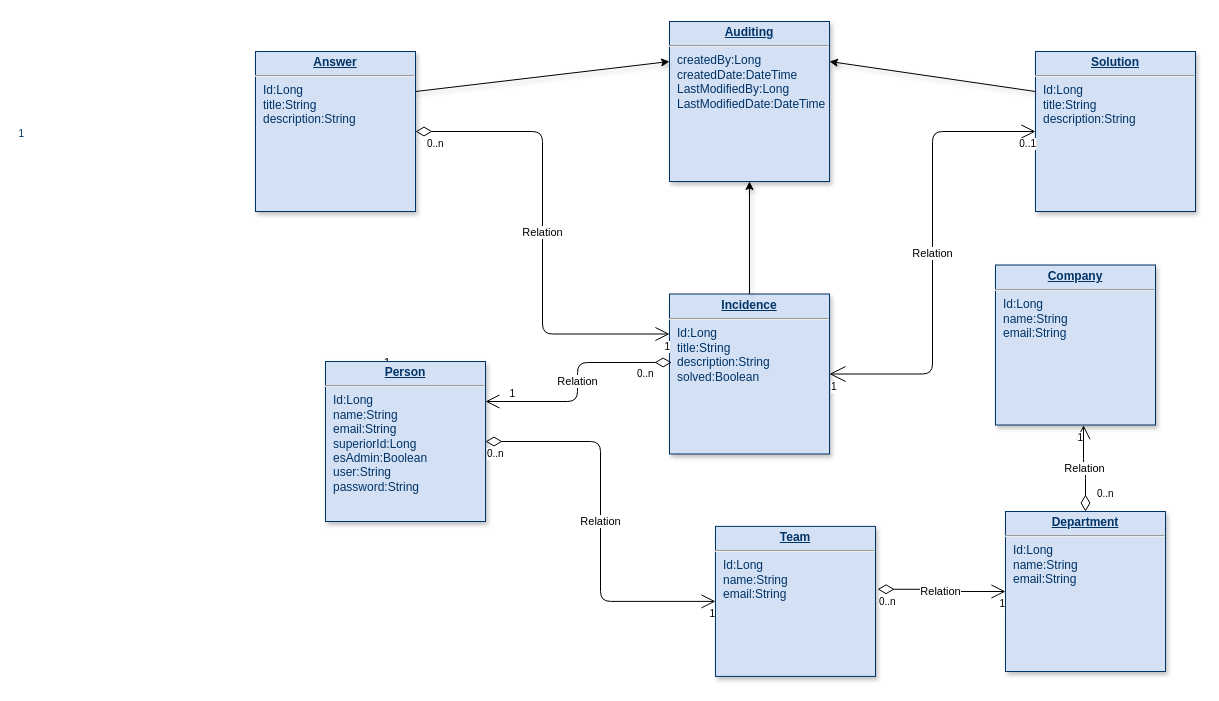
This is Incidences.drawio from miguel-ossa/Incidences, a draw.io file, before an edit. Source tidied: cells renumbered, new cells numbered last; positions are measured from the earlier drawing's top-left corner, leaving out a move shared by most shapes. Both pictures are drawn from the tidied source at 100%, with x=0, y=0 at pixel (255, 21).
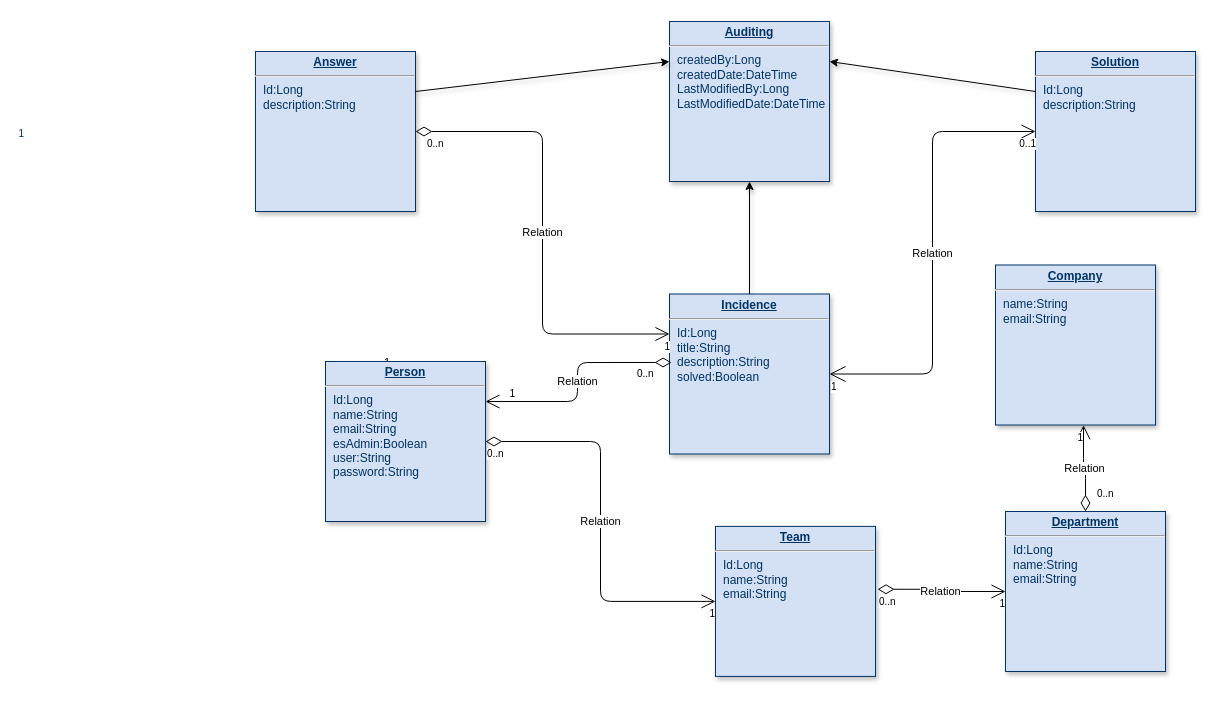
The same diagram, later.

What changed in the source:
```diff
@@
-    <mxCell id="4" value="&lt;p style=&quot;margin: 0px ; margin-top: 4px ; text-align: center ; text-decoration: underline&quot;&gt;&lt;strong&gt;Person&lt;/strong&gt;&lt;/p&gt;&lt;hr&gt;&lt;p style=&quot;margin: 0px ; margin-left: 8px&quot;&gt;Id:Long&lt;/p&gt;&lt;p style=&quot;margin: 0px ; margin-left: 8px&quot;&gt;name:String&lt;/p&gt;&lt;p style=&quot;margin: 0px ; margin-left: 8px&quot;&gt;email:String&lt;/p&gt;&lt;p style=&quot;margin: 0px ; margin-left: 8px&quot;&gt;superiorId:Long&lt;br&gt;&lt;/p&gt;&lt;p style=&quot;margin: 0px ; margin-left: 8px&quot;&gt;esAdmin:Boolean&lt;/p&gt;&lt;p style=&quot;margin: 0px ; margin-left: 8px&quot;&gt;user:String&lt;/p&gt;&lt;p style=&quot;margin: 0px ; margin-left: 8px&quot;&gt;password:String&lt;/p&gt;&lt;p style=&quot;margin: 0px ; margin-left: 8px&quot;&gt;&lt;br&gt;&lt;/p&gt;" style="verticalAlign=top;align=left;overflow=fill;fontSize=12;fontFamily=Helvetica;html=1;strokeColor=#003366;shadow=1;fillColor=#D4E1F5;fontColor=#003366;" parent="1" vertex="1">
+    <mxCell id="4" value="&lt;p style=&quot;margin: 0px ; margin-top: 4px ; text-align: center ; text-decoration: underline&quot;&gt;&lt;strong&gt;Person&lt;/strong&gt;&lt;/p&gt;&lt;hr&gt;&lt;p style=&quot;margin: 0px ; margin-left: 8px&quot;&gt;Id:Long&lt;/p&gt;&lt;p style=&quot;margin: 0px ; margin-left: 8px&quot;&gt;name:String&lt;/p&gt;&lt;p style=&quot;margin: 0px ; margin-left: 8px&quot;&gt;email:String&lt;/p&gt;&lt;p style=&quot;margin: 0px ; margin-left: 8px&quot;&gt;esAdmin:Boolean&lt;/p&gt;&lt;p style=&quot;margin: 0px ; margin-left: 8px&quot;&gt;user:String&lt;/p&gt;&lt;p style=&quot;margin: 0px ; margin-left: 8px&quot;&gt;password:String&lt;/p&gt;&lt;p style=&quot;margin: 0px ; margin-left: 8px&quot;&gt;&lt;br&gt;&lt;/p&gt;" style="verticalAlign=top;align=left;overflow=fill;fontSize=12;fontFamily=Helvetica;html=1;strokeColor=#003366;shadow=1;fillColor=#D4E1F5;fontColor=#003366;" parent="1" vertex="1">
       <mxGeometry x="70" y="340" width="160" height="160" as="geometry" />
     </mxCell>
@@
-    <mxCell id="18" value="&lt;p style=&quot;margin: 0px ; margin-top: 4px ; text-align: center ; text-decoration: underline&quot;&gt;&lt;strong&gt;Company&lt;/strong&gt;&lt;/p&gt;&lt;hr&gt;&lt;p style=&quot;margin: 0px ; margin-left: 8px&quot;&gt;Id:Long&lt;/p&gt;&lt;p style=&quot;margin: 0px ; margin-left: 8px&quot;&gt;name:String&lt;/p&gt;&lt;p style=&quot;margin: 0px ; margin-left: 8px&quot;&gt;email:String&lt;/p&gt;&lt;br&gt;&lt;p style=&quot;margin: 0px ; margin-left: 8px&quot;&gt;&lt;br&gt;&lt;/p&gt;" style="verticalAlign=top;align=left;overflow=fill;fontSize=12;fontFamily=Helvetica;html=1;strokeColor=#003366;shadow=1;fillColor=#D4E1F5;fontColor=#003366;" parent="1" vertex="1">
+    <mxCell id="18" value="&lt;p style=&quot;margin: 0px ; margin-top: 4px ; text-align: center ; text-decoration: underline&quot;&gt;&lt;strong&gt;Company&lt;/strong&gt;&lt;/p&gt;&lt;hr&gt;&lt;p style=&quot;margin: 0px ; margin-left: 8px&quot;&gt;name:String&lt;/p&gt;&lt;p style=&quot;margin: 0px ; margin-left: 8px&quot;&gt;email:String&lt;/p&gt;&lt;br&gt;&lt;p style=&quot;margin: 0px ; margin-left: 8px&quot;&gt;&lt;br&gt;&lt;/p&gt;" style="verticalAlign=top;align=left;overflow=fill;fontSize=12;fontFamily=Helvetica;html=1;strokeColor=#003366;shadow=1;fillColor=#D4E1F5;fontColor=#003366;" parent="1" vertex="1">
       <mxGeometry x="740" y="243.5" width="160" height="160" as="geometry" />
     </mxCell>
@@
-    <mxCell id="22" value="&lt;p style=&quot;margin: 0px ; margin-top: 4px ; text-align: center ; text-decoration: underline&quot;&gt;&lt;strong&gt;Solution&lt;/strong&gt;&lt;/p&gt;&lt;hr&gt;&lt;p style=&quot;margin: 0px ; margin-left: 8px&quot;&gt;Id:Long&lt;/p&gt;&lt;p style=&quot;margin: 0px ; margin-left: 8px&quot;&gt;title:String&lt;/p&gt;&lt;p style=&quot;margin: 0px ; margin-left: 8px&quot;&gt;description:String&lt;/p&gt;&lt;p style=&quot;margin: 0px ; margin-left: 8px&quot;&gt;&lt;br&gt;&lt;/p&gt;&lt;br&gt;&lt;p style=&quot;margin: 0px ; margin-left: 8px&quot;&gt;&lt;br&gt;&lt;/p&gt;" style="verticalAlign=top;align=left;overflow=fill;fontSize=12;fontFamily=Helvetica;html=1;strokeColor=#003366;shadow=1;fillColor=#D4E1F5;fontColor=#003366;" parent="1" vertex="1">
+    <mxCell id="22" value="&lt;p style=&quot;margin: 0px ; margin-top: 4px ; text-align: center ; text-decoration: underline&quot;&gt;&lt;strong&gt;Solution&lt;/strong&gt;&lt;/p&gt;&lt;hr&gt;&lt;p style=&quot;margin: 0px ; margin-left: 8px&quot;&gt;Id:Long&lt;/p&gt;&lt;p style=&quot;margin: 0px ; margin-left: 8px&quot;&gt;description:String&lt;/p&gt;&lt;p style=&quot;margin: 0px ; margin-left: 8px&quot;&gt;&lt;br&gt;&lt;/p&gt;&lt;br&gt;&lt;p style=&quot;margin: 0px ; margin-left: 8px&quot;&gt;&lt;br&gt;&lt;/p&gt;" style="verticalAlign=top;align=left;overflow=fill;fontSize=12;fontFamily=Helvetica;html=1;strokeColor=#003366;shadow=1;fillColor=#D4E1F5;fontColor=#003366;" parent="1" vertex="1">
       <mxGeometry x="780" y="30" width="160" height="160" as="geometry" />
     </mxCell>
@@
-    <mxCell id="28" value="&lt;p style=&quot;margin: 0px ; margin-top: 4px ; text-align: center ; text-decoration: underline&quot;&gt;&lt;strong&gt;Answer&lt;/strong&gt;&lt;/p&gt;&lt;hr&gt;&lt;p style=&quot;margin: 0px ; margin-left: 8px&quot;&gt;Id:Long&lt;/p&gt;&lt;p style=&quot;margin: 0px ; margin-left: 8px&quot;&gt;title:String&lt;/p&gt;&lt;p style=&quot;margin: 0px ; margin-left: 8px&quot;&gt;description:String&lt;/p&gt;&lt;p style=&quot;margin: 0px ; margin-left: 8px&quot;&gt;&lt;br&gt;&lt;/p&gt;&lt;br&gt;&lt;p style=&quot;margin: 0px ; margin-left: 8px&quot;&gt;&lt;br&gt;&lt;/p&gt;" style="verticalAlign=top;align=left;overflow=fill;fontSize=12;fontFamily=Helvetica;html=1;strokeColor=#003366;shadow=1;fillColor=#D4E1F5;fontColor=#003366;" parent="1" vertex="1">
+    <mxCell id="28" value="&lt;p style=&quot;margin: 0px ; margin-top: 4px ; text-align: center ; text-decoration: underline&quot;&gt;&lt;strong&gt;Answer&lt;/strong&gt;&lt;/p&gt;&lt;hr&gt;&lt;p style=&quot;margin: 0px ; margin-left: 8px&quot;&gt;Id:Long&lt;/p&gt;&lt;p style=&quot;margin: 0px ; margin-left: 8px&quot;&gt;description:String&lt;/p&gt;&lt;p style=&quot;margin: 0px ; margin-left: 8px&quot;&gt;&lt;br&gt;&lt;/p&gt;&lt;br&gt;&lt;p style=&quot;margin: 0px ; margin-left: 8px&quot;&gt;&lt;br&gt;&lt;/p&gt;" style="verticalAlign=top;align=left;overflow=fill;fontSize=12;fontFamily=Helvetica;html=1;strokeColor=#003366;shadow=1;fillColor=#D4E1F5;fontColor=#003366;" parent="1" vertex="1">
       <mxGeometry y="30" width="160" height="160" as="geometry" />
     </mxCell>
```
